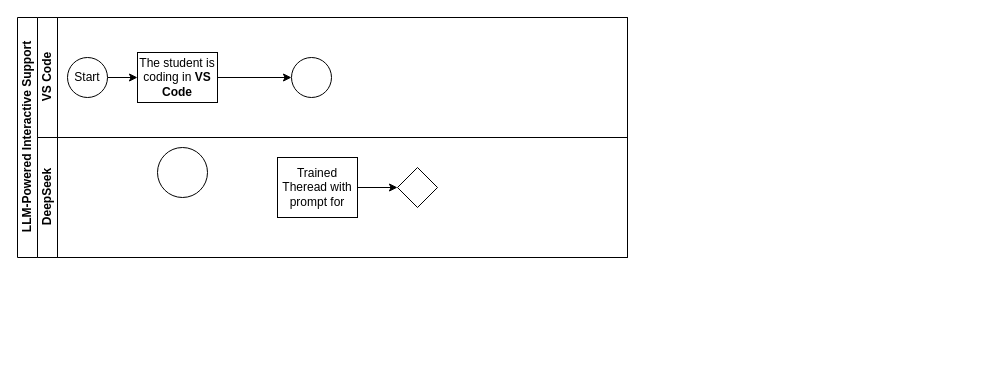
rajandasguptaml/APEX---BPMN-Diagram keeps this draw.io diagram as Untitled Diagram.drawio. Above is the earlier version. Source tidied: cells renumbered, new cells numbered last; positions are measured from the earlier drawing's top-left corner, leaving out a move shared by most shapes. Both pictures are drawn from the tidied source at 100%, with x=0, y=0 at pixel (17, 17).
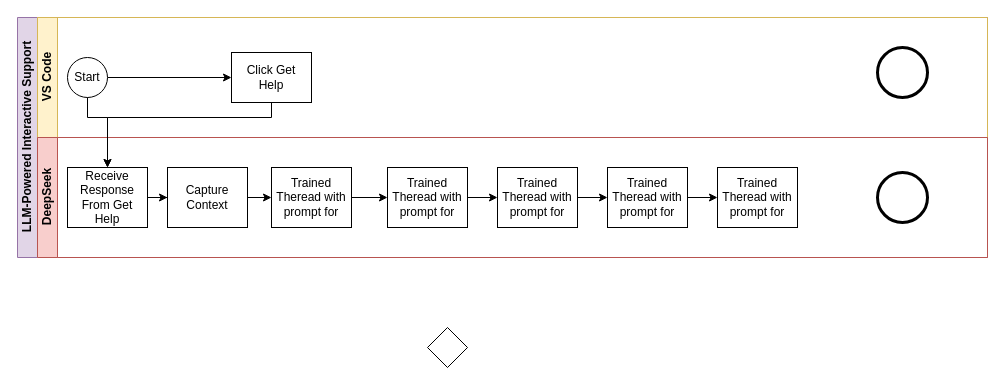
The same diagram, later.

The change refers to these unchanged cells:
```xml
<mxCell id="7" value="Start" style="ellipse;whiteSpace=wrap;html=1;" parent="3" vertex="1">
  <mxGeometry x="30" y="40" width="40" height="40" as="geometry" />
</mxCell>
```

Diff of the diagram source:
```diff
@@
-    <mxCell id="2" value="LLM-Powered Interactive Support" style="swimlane;html=1;horizontal=0;startSize=20;" parent="1" vertex="1">
-      <mxGeometry width="610" height="240" as="geometry" />
+    <mxCell id="2" value="LLM-Powered Interactive Support" style="swimlane;html=1;horizontal=0;startSize=20;fillColor=#e1d5e7;strokeColor=#9673a6;" parent="1" vertex="1">
+      <mxGeometry width="970" height="240" as="geometry" />
     </mxCell>
-    <mxCell id="3" value="VS Code" style="swimlane;html=1;startSize=20;horizontal=0;" parent="2" vertex="1">
-      <mxGeometry x="20" width="590" height="120" as="geometry" />
+    <mxCell id="3" value="VS Code" style="swimlane;html=1;startSize=20;horizontal=0;fillColor=#fff2cc;strokeColor=#d6b656;" parent="2" vertex="1">
+      <mxGeometry x="20" width="950" height="120" as="geometry" />
     </mxCell>
-    <mxCell id="4" style="edgeStyle=orthogonalEdgeStyle;rounded=0;jettySize=auto;html=1;" parent="3" edge="1" source="5" target="8">
-      <mxGeometry relative="1" as="geometry" />
-    </mxCell>
-    <mxCell id="5" value="The student is coding in &lt;strong&gt;VS Code&lt;/strong&gt;" style="rounded=0;whiteSpace=wrap;html=1;fontFamily=Helvetica;fontSize=12;fontColor=#000000;align=center;" parent="3" vertex="1">
-      <mxGeometry x="100" y="35" width="80" height="50" as="geometry" />
+    <mxCell id="5" value="Click Get&lt;div&gt;Help&lt;/div&gt;" style="rounded=0;whiteSpace=wrap;html=1;fontFamily=Helvetica;fontSize=12;fontColor=#000000;align=center;" parent="3" vertex="1">
+      <mxGeometry x="194" y="35" width="80" height="50" as="geometry" />
     </mxCell>
@@
-    <mxCell id="8" style="ellipse;whiteSpace=wrap;html=1;fontColor=#000000;rounded=0;" parent="3" vertex="1">
-      <mxGeometry x="254" y="40" width="40" height="40" as="geometry" />
-    </mxCell>
+    <mxCell id="14" style="shape=mxgraph.bpmn.event;html=1;verticalLabelPosition=bottom;labelBackgroundColor=#ffffff;verticalAlign=top;align=center;perimeter=ellipsePerimeter;outline=end;symbol=terminate2;" parent="3" vertex="1">
+      <mxGeometry x="840" y="30" width="50" height="50" as="geometry" />
+    </mxCell>
-    <mxCell id="9" value="DeepSeek" style="swimlane;html=1;startSize=20;horizontal=0;" parent="2" vertex="1">
-      <mxGeometry x="20" y="120" width="590" height="120" as="geometry" />
+    <mxCell id="9" value="DeepSeek" style="swimlane;html=1;startSize=20;horizontal=0;fillColor=#f8cecc;strokeColor=#b85450;" parent="2" vertex="1">
+      <mxGeometry x="20" y="120" width="950" height="120" as="geometry" />
     </mxCell>
-    <mxCell id="10" style="edgeStyle=orthogonalEdgeStyle;rounded=0;jettySize=auto;html=1;endArrow=classic;endFill=1;" parent="9" edge="1" source="11" target="12">
-      <mxGeometry relative="1" as="geometry" />
-    </mxCell>
+    <mxCell id="15" style="edgeStyle=orthogonalEdgeStyle;rounded=0;jettySize=auto;html=1;" parent="9" edge="1" source="11" target="26">
+      <mxGeometry relative="1" as="geometry" />
+    </mxCell>
-    <mxCell id="11" value="Trained Theread with prompt for" style="rounded=0;whiteSpace=wrap;html=1;fontFamily=Helvetica;fontSize=12;fontColor=#000000;align=center;" parent="9" vertex="1">
-      <mxGeometry x="240" y="20" width="80" height="60" as="geometry" />
+    <mxCell id="11" value="Receive Response From Get Help" style="rounded=0;whiteSpace=wrap;html=1;fontFamily=Helvetica;fontSize=12;fontColor=#000000;align=center;" parent="9" vertex="1">
+      <mxGeometry x="30" y="30" width="80" height="60" as="geometry" />
     </mxCell>
-    <mxCell id="12" style="rhombus;whiteSpace=wrap;html=1;fontFamily=Helvetica;fontSize=12;fontColor=#000000;align=center;" parent="9" vertex="1">
-      <mxGeometry x="360" y="30" width="40" height="40" as="geometry" />
-    </mxCell>
-    <mxCell id="13" style="shape=mxgraph.bpmn.event;html=1;verticalLabelPosition=bottom;labelBackgroundColor=#ffffff;verticalAlign=top;align=center;perimeter=ellipsePerimeter;outline=standard;symbol=general;" parent="1" vertex="1">
-      <mxGeometry x="140" y="130" width="50" height="50" as="geometry" />
-    </mxCell>
+    <mxCell id="16" value="Trained Theread with prompt for" style="rounded=0;whiteSpace=wrap;html=1;fontFamily=Helvetica;fontSize=12;fontColor=#000000;align=center;" parent="9" vertex="1">
+      <mxGeometry x="680" y="30" width="80" height="60" as="geometry" />
+    </mxCell>
+    <mxCell id="17" style="edgeStyle=orthogonalEdgeStyle;rounded=0;jettySize=auto;html=1;" parent="9" edge="1" source="18" target="16">
+      <mxGeometry relative="1" as="geometry" />
+    </mxCell>
+    <mxCell id="18" value="Trained Theread with prompt for" style="rounded=0;whiteSpace=wrap;html=1;fontFamily=Helvetica;fontSize=12;fontColor=#000000;align=center;" parent="9" vertex="1">
+      <mxGeometry x="570" y="30" width="80" height="60" as="geometry" />
+    </mxCell>
+    <mxCell id="19" style="edgeStyle=orthogonalEdgeStyle;rounded=0;jettySize=auto;html=1;" parent="9" edge="1" source="20" target="18">
+      <mxGeometry relative="1" as="geometry" />
+    </mxCell>
+    <mxCell id="20" value="Trained Theread with prompt for" style="rounded=0;whiteSpace=wrap;html=1;fontFamily=Helvetica;fontSize=12;fontColor=#000000;align=center;" parent="9" vertex="1">
+      <mxGeometry x="460" y="30" width="80" height="60" as="geometry" />
+    </mxCell>
+    <mxCell id="21" style="edgeStyle=orthogonalEdgeStyle;rounded=0;jettySize=auto;html=1;" parent="9" edge="1" source="22" target="20">
+      <mxGeometry relative="1" as="geometry" />
+    </mxCell>
+    <mxCell id="22" value="Trained Theread with prompt for" style="rounded=0;whiteSpace=wrap;html=1;fontFamily=Helvetica;fontSize=12;fontColor=#000000;align=center;" parent="9" vertex="1">
+      <mxGeometry x="350" y="30" width="80" height="60" as="geometry" />
+    </mxCell>
+    <mxCell id="23" style="edgeStyle=orthogonalEdgeStyle;rounded=0;jettySize=auto;html=1;" parent="9" edge="1" source="24" target="22">
+      <mxGeometry relative="1" as="geometry" />
+    </mxCell>
+    <mxCell id="24" value="Trained Theread with prompt for" style="rounded=0;whiteSpace=wrap;html=1;fontFamily=Helvetica;fontSize=12;fontColor=#000000;align=center;" parent="9" vertex="1">
+      <mxGeometry x="234" y="30" width="80" height="60" as="geometry" />
+    </mxCell>
+    <mxCell id="25" style="edgeStyle=orthogonalEdgeStyle;rounded=0;jettySize=auto;html=1;" parent="9" edge="1" source="26" target="24">
+      <mxGeometry relative="1" as="geometry" />
+    </mxCell>
+    <mxCell id="26" value="&lt;div&gt;Capture Context&lt;/div&gt;" style="rounded=0;whiteSpace=wrap;html=1;fontFamily=Helvetica;fontSize=12;fontColor=#000000;align=center;" parent="9" vertex="1">
+      <mxGeometry x="130" y="30" width="80" height="60" as="geometry" />
+    </mxCell>
+    <mxCell id="27" style="shape=mxgraph.bpmn.event;html=1;verticalLabelPosition=bottom;labelBackgroundColor=#ffffff;verticalAlign=top;align=center;perimeter=ellipsePerimeter;outline=end;symbol=terminate2;" parent="9" vertex="1">
+      <mxGeometry x="840" y="35" width="50" height="50" as="geometry" />
+    </mxCell>
+    <mxCell id="28" style="edgeStyle=orthogonalEdgeStyle;rounded=0;jettySize=auto;html=1;exitX=0.5;exitY=1;exitDx=0;exitDy=0;entryX=0.5;entryY=0;entryDx=0;entryDy=0;" parent="2" edge="1" source="7" target="11">
+      <mxGeometry relative="1" as="geometry">
+        <Array as="points">
+          <mxPoint x="70" y="100" />
+          <mxPoint x="90" y="100" />
+        </Array>
+      </mxGeometry>
+    </mxCell>
+    <mxCell id="29" style="edgeStyle=orthogonalEdgeStyle;rounded=0;jettySize=auto;html=1;exitX=0.5;exitY=1;exitDx=0;exitDy=0;entryX=0.5;entryY=0;entryDx=0;entryDy=0;" parent="2" edge="1" source="5" target="11">
+      <mxGeometry relative="1" as="geometry">
+        <Array as="points">
+          <mxPoint x="254" y="100" />
+          <mxPoint x="90" y="100" />
+        </Array>
+      </mxGeometry>
+    </mxCell>
+    <mxCell id="30" style="rhombus;whiteSpace=wrap;html=1;" parent="1" vertex="1">
+      <mxGeometry x="410" y="310" width="40" height="40" as="geometry" />
+    </mxCell>
```
